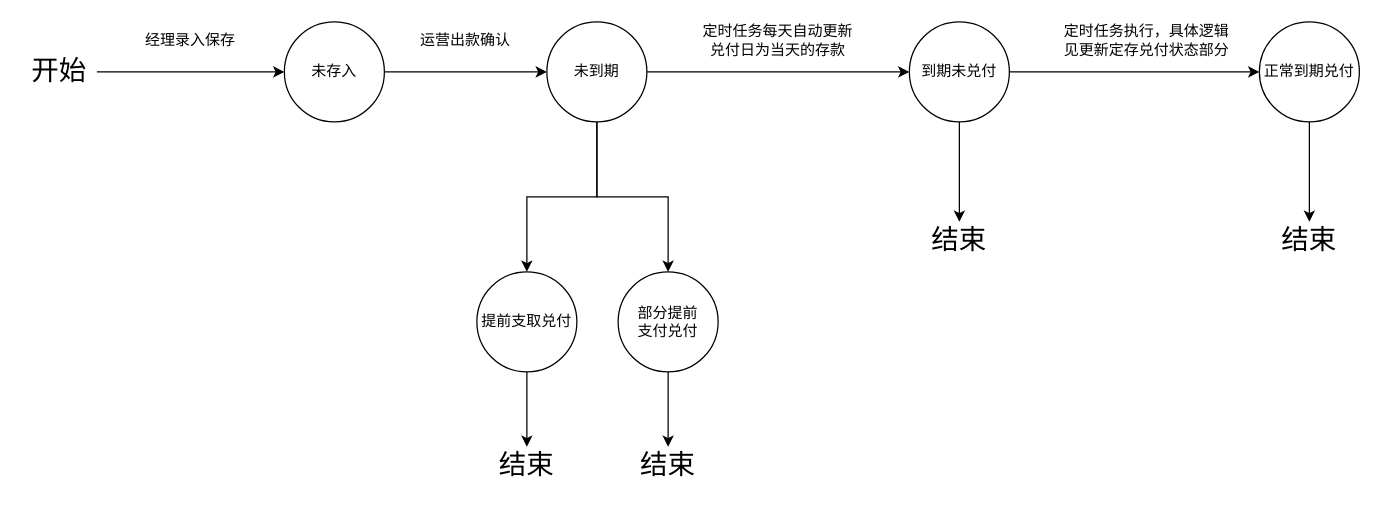
The draw.io diagram drawio/兑付状态.drawio in happinessandlove/Pic, before the edit. Source tidied: cells renumbered, new cells numbered last; positions are measured from the earlier drawing's top-left corner, leaving out a move shared by most shapes. Both pictures are drawn from the tidied source at 125%, with x=0, y=0 at pixel (21, 21).
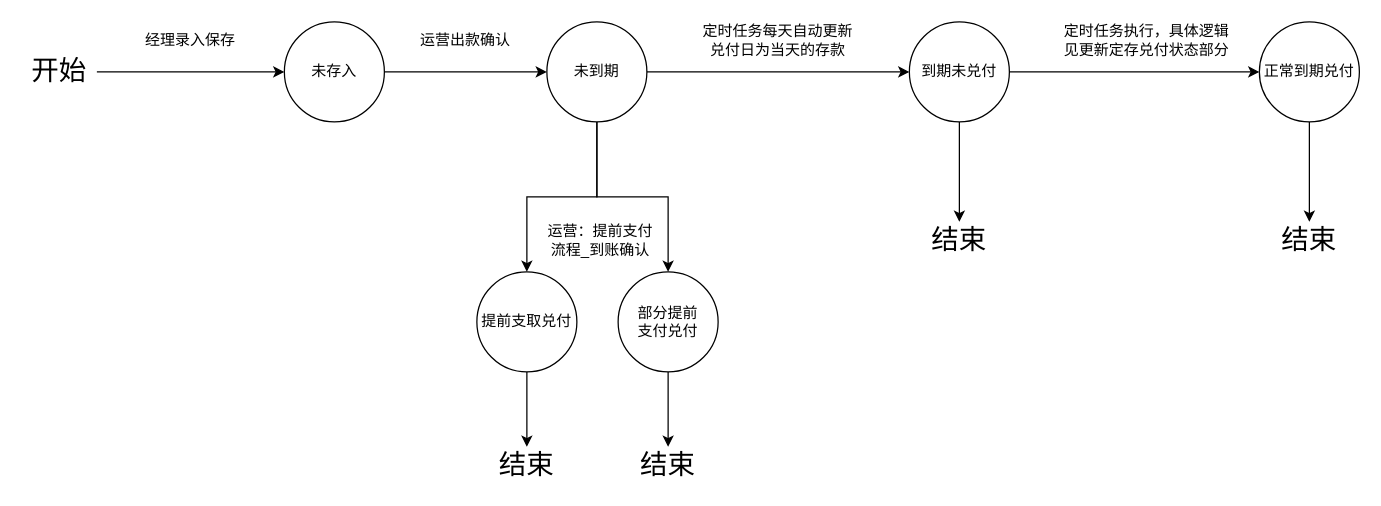
Above is the later version.

Diff of the diagram source:
```diff
@@
+    <mxCell id="27" value="运营：提前支付流程_到账确认" style="text;html=1;strokeColor=none;fillColor=none;align=center;verticalAlign=middle;whiteSpace=wrap;rounded=0;" parent="1" vertex="1">
+      <mxGeometry x="420" y="160" width="86" height="30" as="geometry" />
+    </mxCell>
```
